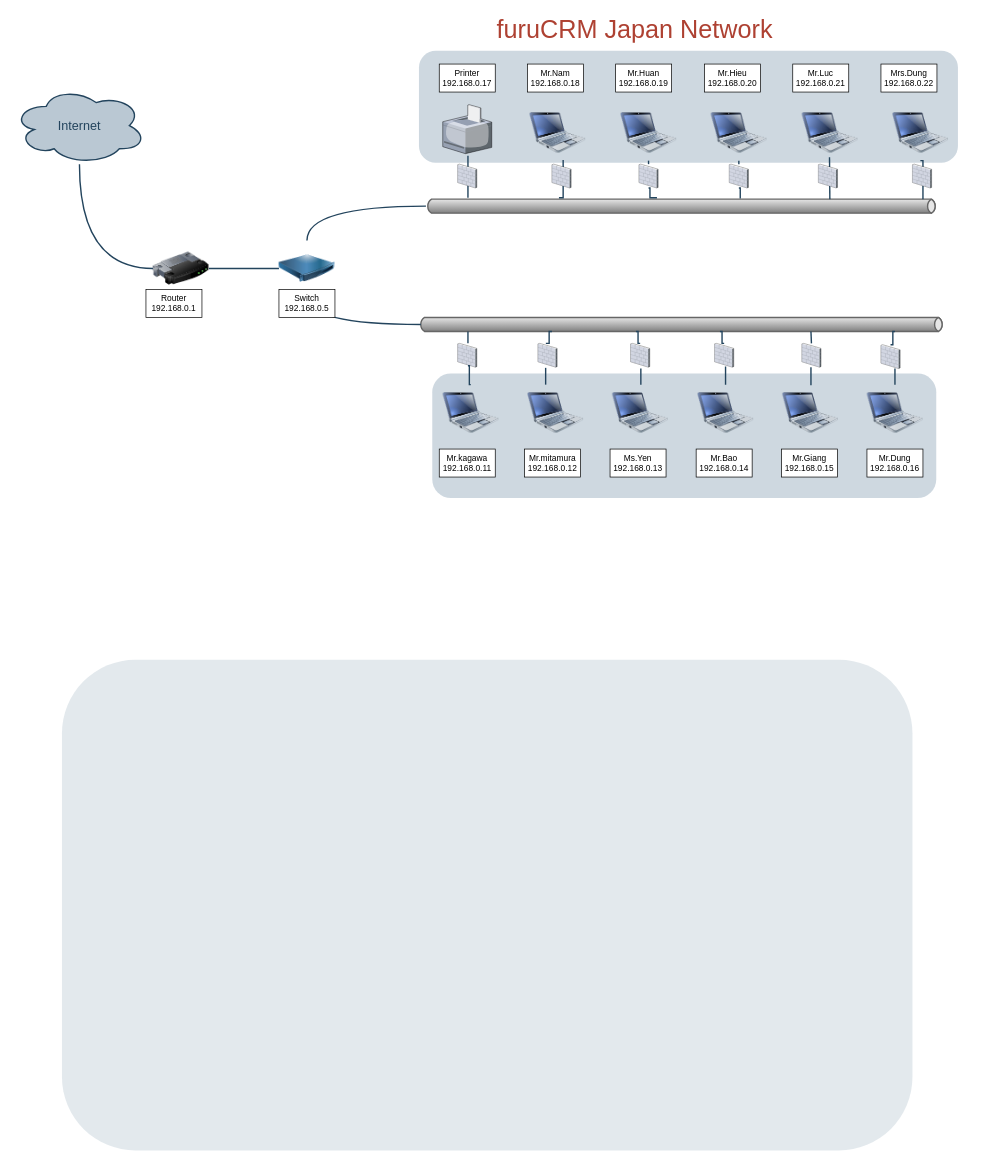
This is Untitled Diagram.drawio from huan-furucrm/DataSpider, a draw.io file, before an edit. Source tidied: cells renumbered, new cells numbered last; positions are measured from the earlier drawing's top-left corner, leaving out a move shared by most shapes. Both pictures are drawn from the tidied source at 70%, with x=0, y=0 at pixel (13, 12).
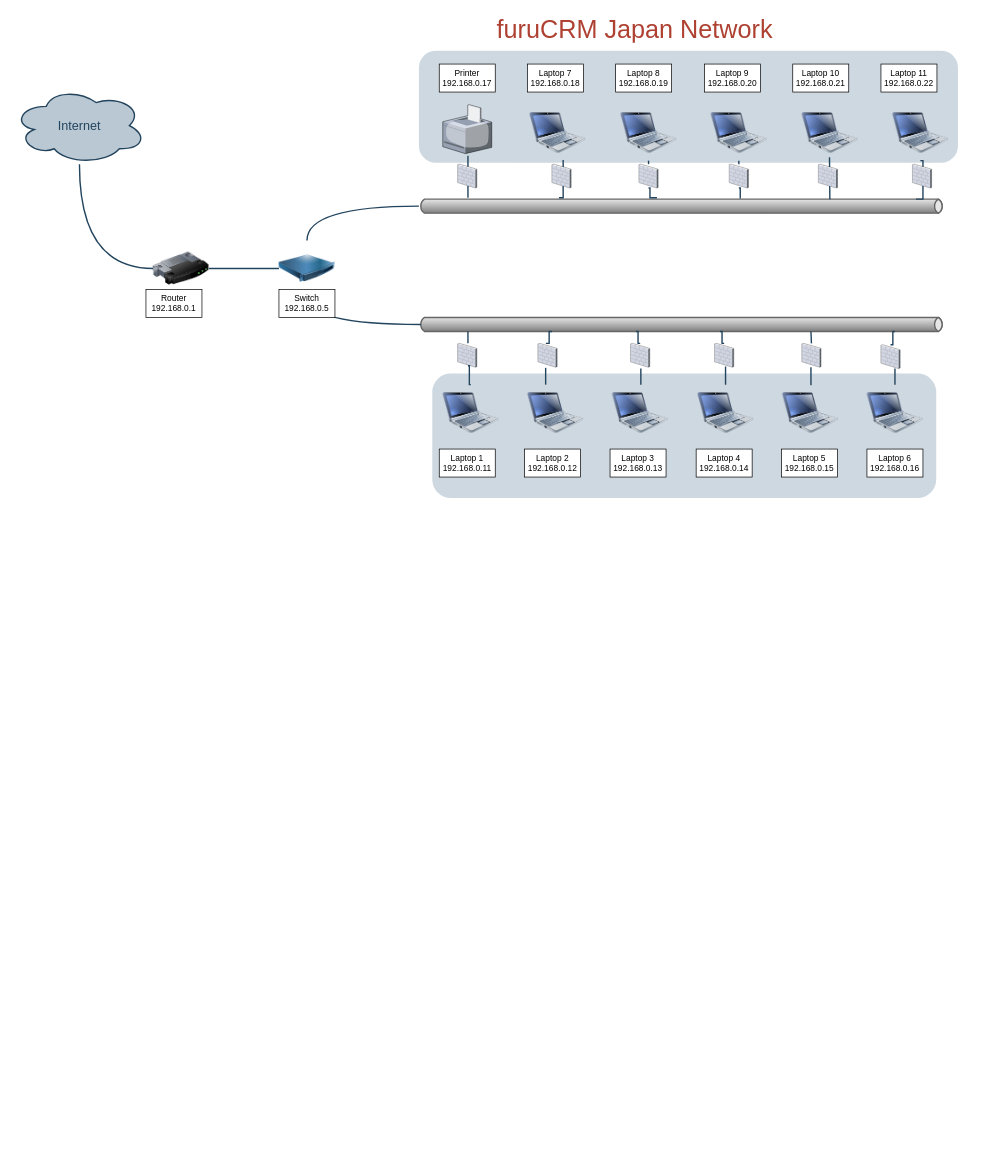
After the change.

Commit message:
furuCRM Network Diagram.drawio

What changed in the source:
```diff
@@
-    <mxCell id="3" style="rounded=1;whiteSpace=wrap;html=1;shadow=0;strokeColor=none;fillColor=#BAC8D3;gradientColor=none;fontSize=18;fontColor=#F08705;opacity=40;fontStyle=0;strokeWidth=3;" parent="1" vertex="1">
-      <mxGeometry x="70" y="925" width="1215" height="701" as="geometry" />
-    </mxCell>
@@
     <mxCell id="5" style="strokeWidth=2;strokeColor=#666666;dashed=0;align=center;html=1;fontSize=8;shape=mxgraph.eip.messageChannel;shadow=0;fillColor=#FFFFFF;gradientColor=none;fontColor=#F08705;fontStyle=0;" parent="1" vertex="1">
-      <mxGeometry x="590" y="267" width="730" height="20" as="geometry" />
+      <mxGeometry x="580" y="267" width="750" height="20" as="geometry" />
     </mxCell>
@@
-    <mxCell id="29" value="Mr.kagawa&lt;br&gt;192.168.0.11" style="rounded=0;whiteSpace=wrap;html=1;" parent="1" vertex="1">
+    <mxCell id="29" value="Laptop 1&lt;br&gt;192.168.0.11" style="rounded=0;whiteSpace=wrap;html=1;" parent="1" vertex="1">
       <mxGeometry x="609" y="624" width="80" height="40" as="geometry" />
     </mxCell>
-    <mxCell id="30" value="Mr.mitamura&lt;br&gt;192.168.0.12" style="rounded=0;whiteSpace=wrap;html=1;" parent="1" vertex="1">
+    <mxCell id="30" value="Laptop 2&lt;br&gt;192.168.0.12" style="rounded=0;whiteSpace=wrap;html=1;" parent="1" vertex="1">
       <mxGeometry x="731" y="624" width="80" height="40" as="geometry" />
     </mxCell>
@@
-    <mxCell id="32" value="Mr.Huan&lt;br&gt;192.168.0.19" style="rounded=0;whiteSpace=wrap;html=1;flipH=1;" parent="1" vertex="1">
+    <mxCell id="32" value="Laptop 8&lt;br&gt;192.168.0.19" style="rounded=0;whiteSpace=wrap;html=1;flipH=1;" parent="1" vertex="1">
       <mxGeometry x="861" y="74" width="80" height="40" as="geometry" />
     </mxCell>
-    <mxCell id="33" value="Mr.Nam&lt;br&gt;192.168.0.18" style="rounded=0;whiteSpace=wrap;html=1;flipH=1;" parent="1" vertex="1">
+    <mxCell id="33" value="Laptop 7&lt;br&gt;192.168.0.18" style="rounded=0;whiteSpace=wrap;html=1;flipH=1;" parent="1" vertex="1">
       <mxGeometry x="735" y="74" width="80" height="40" as="geometry" />
     </mxCell>
-    <mxCell id="34" value="Mr.Dung&lt;br&gt;192.168.0.16" style="rounded=0;whiteSpace=wrap;html=1;" parent="1" vertex="1">
+    <mxCell id="34" value="Laptop 6&lt;br&gt;192.168.0.16" style="rounded=0;whiteSpace=wrap;html=1;" parent="1" vertex="1">
       <mxGeometry x="1220" y="624" width="80" height="40" as="geometry" />
     </mxCell>
-    <mxCell id="35" value="Mr.Giang&lt;br&gt;192.168.0.15" style="rounded=0;whiteSpace=wrap;html=1;" parent="1" vertex="1">
+    <mxCell id="35" value="Laptop 5&lt;br&gt;192.168.0.15" style="rounded=0;whiteSpace=wrap;html=1;" parent="1" vertex="1">
       <mxGeometry x="1098" y="624" width="80" height="40" as="geometry" />
     </mxCell>
-    <mxCell id="36" value="Mr.Bao&lt;br&gt;192.168.0.14" style="rounded=0;whiteSpace=wrap;html=1;" parent="1" vertex="1">
+    <mxCell id="36" value="Laptop 4&lt;br&gt;192.168.0.14" style="rounded=0;whiteSpace=wrap;html=1;" parent="1" vertex="1">
       <mxGeometry x="976" y="624" width="80" height="40" as="geometry" />
     </mxCell>
-    <mxCell id="37" value="Ms.Yen&lt;br&gt;192.168.0.13" style="rounded=0;whiteSpace=wrap;html=1;" parent="1" vertex="1">
+    <mxCell id="37" value="Laptop 3&lt;br&gt;192.168.0.13" style="rounded=0;whiteSpace=wrap;html=1;" parent="1" vertex="1">
       <mxGeometry x="853" y="624" width="80" height="40" as="geometry" />
     </mxCell>
@@
-    <mxCell id="42" value="Mr.Hieu&lt;br&gt;192.168.0.20" style="rounded=0;whiteSpace=wrap;html=1;flipH=1;" parent="1" vertex="1">
+    <mxCell id="42" value="Laptop 9&lt;br&gt;192.168.0.20" style="rounded=0;whiteSpace=wrap;html=1;flipH=1;" parent="1" vertex="1">
       <mxGeometry x="988" y="74" width="80" height="40" as="geometry" />
     </mxCell>
@@
-    <mxCell id="44" value="Mr.Luc&lt;br&gt;192.168.0.21" style="rounded=0;whiteSpace=wrap;html=1;flipH=1;" parent="1" vertex="1">
+    <mxCell id="44" value="Laptop 10&lt;br&gt;192.168.0.21" style="rounded=0;whiteSpace=wrap;html=1;flipH=1;" parent="1" vertex="1">
       <mxGeometry x="1114" y="74" width="80" height="40" as="geometry" />
     </mxCell>
@@
-    <mxCell id="46" value="Mrs.Dung&lt;br&gt;192.168.0.22" style="rounded=0;whiteSpace=wrap;html=1;flipH=1;" parent="1" vertex="1">
+    <mxCell id="46" value="Laptop 11&lt;br&gt;192.168.0.22" style="rounded=0;whiteSpace=wrap;html=1;flipH=1;" parent="1" vertex="1">
       <mxGeometry x="1240" y="74" width="80" height="40" as="geometry" />
     </mxCell>
```
